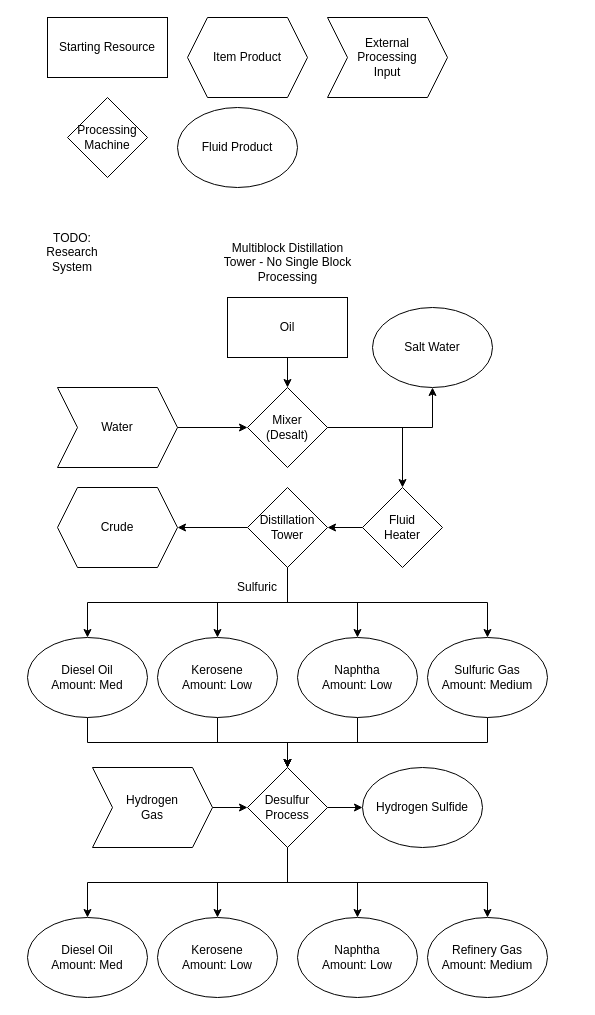
Earlier version of the draw.io diagram page "Oil Processing" (2 of 2) of StarstruckProgression.drawio (MicahHaack/Starstruck). Source tidied: cells renumbered, new cells numbered last; positions are measured from the earlier drawing's top-left corner, leaving out a move shared by most shapes. Both pictures are drawn from the tidied source at 100%, with x=0, y=0 at pixel (17, 17).
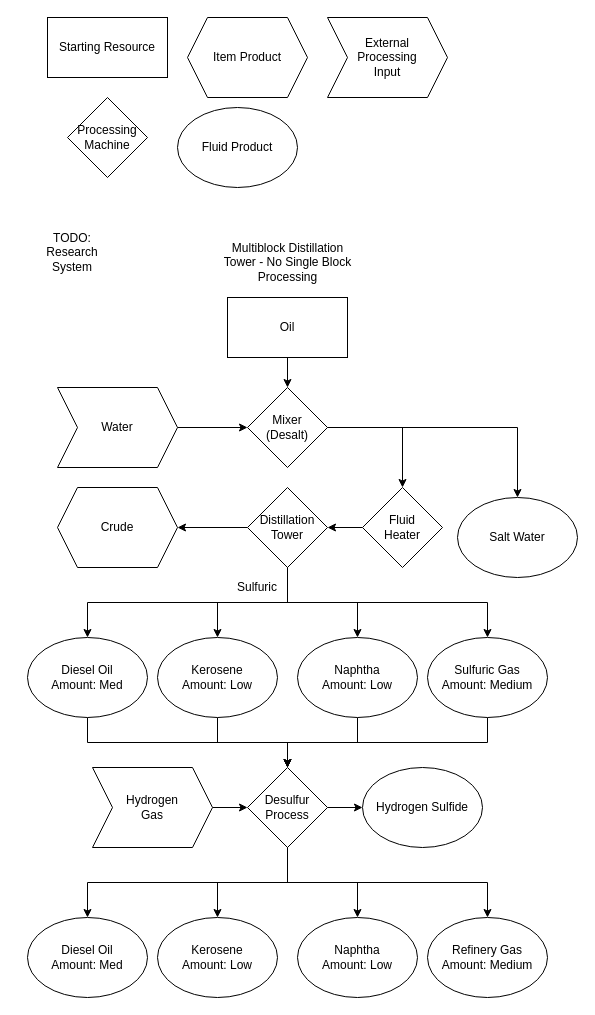
Above is the later version.

Unchanged cells that the change refers to:
```xml
<mxCell id="44" value="&lt;div&gt;Mixer&lt;/div&gt;&lt;div&gt;(Desalt)&lt;br&gt;&lt;/div&gt;" style="rhombus;whiteSpace=wrap;html=1;" parent="1" vertex="1">
  <mxGeometry x="230" y="370" width="80" height="80" as="geometry" />
</mxCell>
```

Diff of the diagram source:
```diff
@@
-    <mxCell id="43" style="edgeStyle=orthogonalEdgeStyle;rounded=0;jettySize=auto;html=1;exitX=1;exitY=0.5;exitDx=0;exitDy=0;entryX=0.5;entryY=1;entryDx=0;entryDy=0;" parent="1" edge="1" source="44" target="47">
+    <mxCell id="43" style="edgeStyle=orthogonalEdgeStyle;rounded=0;jettySize=auto;html=1;exitX=1;exitY=0.5;exitDx=0;exitDy=0;entryX=0.5;entryY=0;entryDx=0;entryDy=0;" parent="1" edge="1" source="44" target="47">
       <mxGeometry relative="1" as="geometry" />
     </mxCell>
@@
     <mxCell id="47" value="Salt Water" style="ellipse;whiteSpace=wrap;html=1;" parent="1" vertex="1">
-      <mxGeometry x="355" y="290" width="120" height="80" as="geometry" />
+      <mxGeometry x="440" y="480" width="120" height="80" as="geometry" />
     </mxCell>
```
